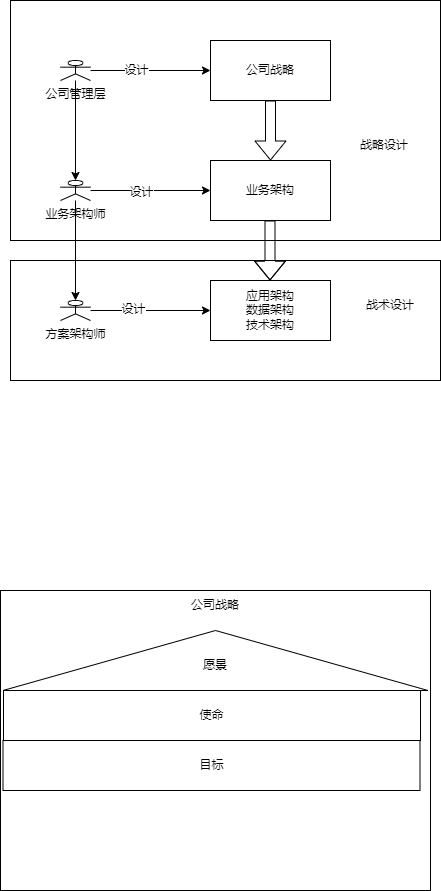
suibianlx/business_architect keeps this draw.io diagram as doc/business_architect.png. Above is the earlier version. Source tidied: cells renumbered, new cells last; positions are measured from the earlier drawing's top-left corner, leaving out a move shared by most shapes.
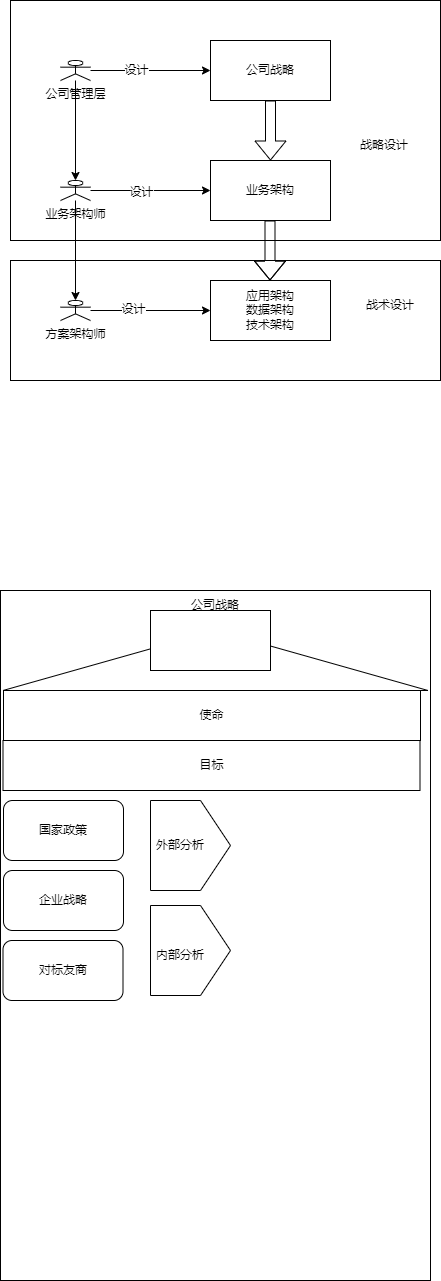
After the commit.

Change to the diagram source:
```diff
@@ -69,7 +69,7 @@
       <mxGeometry x="360" y="290" width="60" height="30" as="geometry" />
     </mxCell>
     <mxCell id="22" style="rounded=0;whiteSpace=wrap;html=1;" parent="1" vertex="1">
-      <mxGeometry y="590" width="430" height="300" as="geometry" />
+      <mxGeometry y="590" width="430" height="690" as="geometry" />
     </mxCell>
     <mxCell id="23" style="triangle;whiteSpace=wrap;html=1;direction=south;rotation=-180;" parent="1" vertex="1">
       <mxGeometry x="2.5" y="630" width="425" height="60" as="geometry" />
@@ -86,5 +86,29 @@
     <mxCell id="27" value="目标" style="rounded=0;whiteSpace=wrap;html=1;" parent="1" vertex="1">
       <mxGeometry x="2.5" y="740" width="417" height="50" as="geometry" />
     </mxCell>
+    <mxCell id="28" style="rounded=0;whiteSpace=wrap;html=1;" parent="1" vertex="1">
+      <mxGeometry x="150" y="610" width="120" height="60" as="geometry" />
+    </mxCell>
+    <mxCell id="29" value="国家政策" style="rounded=1;whiteSpace=wrap;html=1;" parent="1" vertex="1">
+      <mxGeometry x="3" y="800" width="120" height="60" as="geometry" />
+    </mxCell>
+    <mxCell id="30" value="企业战略" style="rounded=1;whiteSpace=wrap;html=1;" parent="1" vertex="1">
+      <mxGeometry x="3" y="870" width="120" height="60" as="geometry" />
+    </mxCell>
+    <mxCell id="31" value="对标友商" style="rounded=1;whiteSpace=wrap;html=1;" parent="1" vertex="1">
+      <mxGeometry x="2.5" y="940" width="120" height="60" as="geometry" />
+    </mxCell>
+    <mxCell id="32" style="shape=offPageConnector;whiteSpace=wrap;html=1;rotation=-90;" parent="1" vertex="1">
+      <mxGeometry x="145" y="805" width="90" height="80" as="geometry" />
+    </mxCell>
+    <mxCell id="33" style="shape=offPageConnector;whiteSpace=wrap;html=1;rotation=-90;" parent="1" vertex="1">
+      <mxGeometry x="145" y="910" width="90" height="80" as="geometry" />
+    </mxCell>
+    <mxCell id="34" value="外部分析" style="text;html=1;strokeColor=none;fillColor=none;align=center;verticalAlign=middle;whiteSpace=wrap;rounded=0;" parent="1" vertex="1">
+      <mxGeometry x="150" y="830" width="60" height="30" as="geometry" />
+    </mxCell>
+    <mxCell id="35" value="内部分析" style="text;html=1;strokeColor=none;fillColor=none;align=center;verticalAlign=middle;whiteSpace=wrap;rounded=0;" parent="1" vertex="1">
+      <mxGeometry x="150" y="940" width="60" height="30" as="geometry" />
+    </mxCell>
   </root>
 </mxGraphModel>
```
